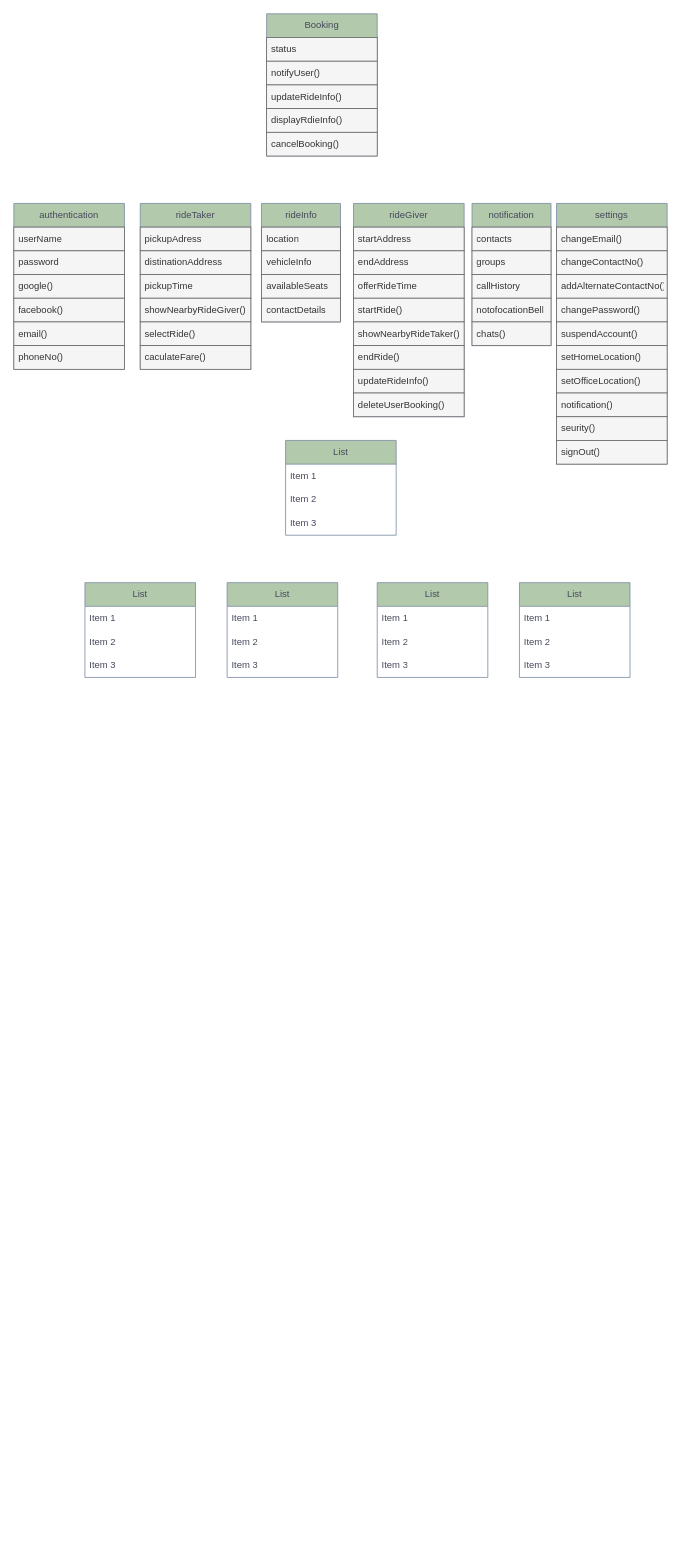
The draw.io diagram Class Diagram.drawio in fatahrahimi330/21Number_game, before the edit. Source tidied: cells renumbered, new cells numbered last; positions are measured from the earlier drawing's top-left corner, leaving out a move shared by most shapes. Both pictures are drawn from the tidied source at 79%, with x=0, y=0 at pixel (13, 13).
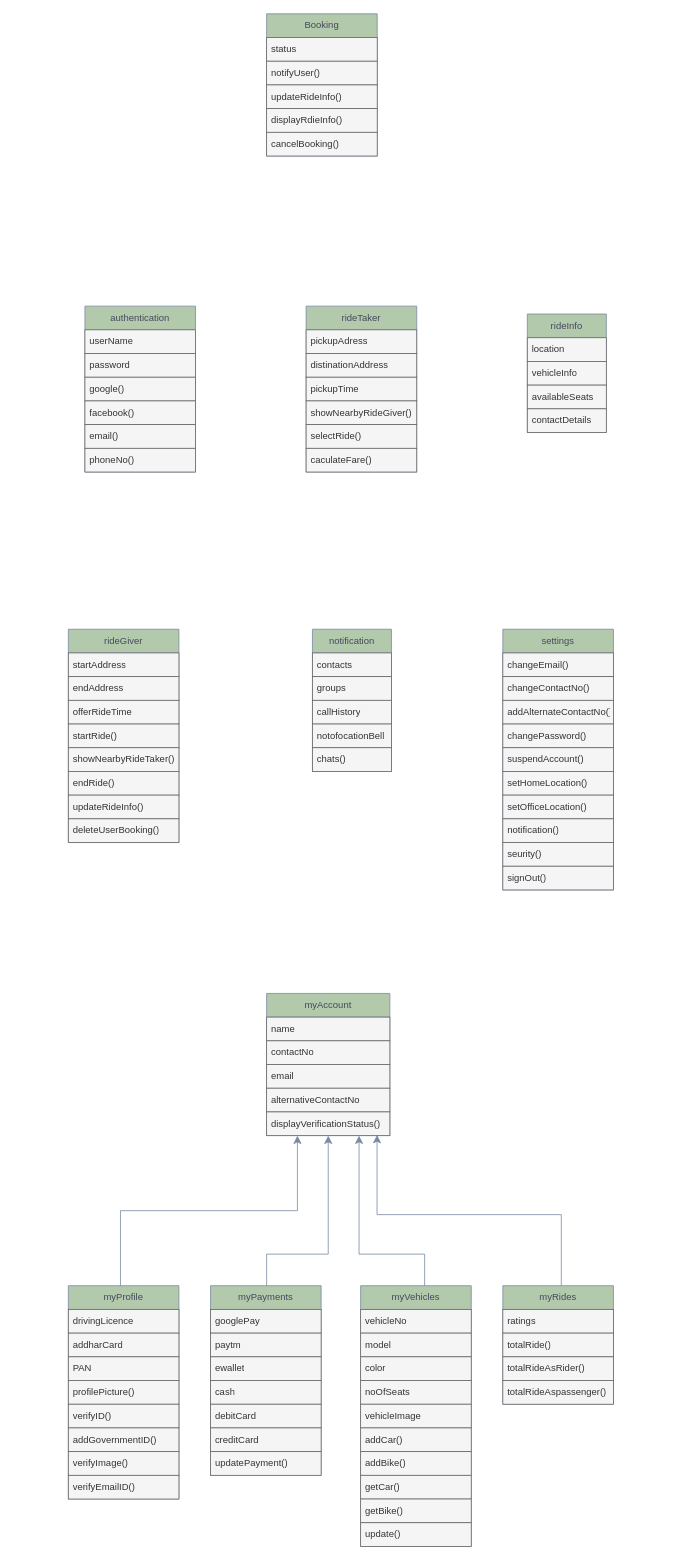
The same diagram, later.

Change to the diagram source:
```diff
@@
     <mxCell id="2" value="rideTaker" style="swimlane;fontStyle=0;horizontal=1;startSize=30;whiteSpace=wrap;html=1;labelBackgroundColor=none;fillColor=#B2C9AB;strokeColor=#788AA3;fontColor=#46495D;" parent="1" vertex="1">
-      <mxGeometry x="160" y="240" width="140" height="210" as="geometry" />
+      <mxGeometry x="370" y="370" width="140" height="210" as="geometry" />
     </mxCell>
@@
     <mxCell id="9" value="authentication" style="swimlane;fontStyle=0;horizontal=1;startSize=30;whiteSpace=wrap;html=1;labelBackgroundColor=none;fillColor=#B2C9AB;strokeColor=#788AA3;fontColor=#46495D;" parent="1" vertex="1">
-      <mxGeometry y="240" width="140" height="210" as="geometry" />
+      <mxGeometry x="90" y="370" width="140" height="210" as="geometry" />
     </mxCell>
@@
     <mxCell id="16" value="rideInfo" style="swimlane;fontStyle=0;horizontal=1;startSize=30;whiteSpace=wrap;html=1;labelBackgroundColor=none;fillColor=#B2C9AB;strokeColor=#788AA3;fontColor=#46495D;" parent="1" vertex="1">
-      <mxGeometry x="313.5" y="240" width="100" height="150" as="geometry" />
+      <mxGeometry x="650" y="380" width="100" height="150" as="geometry" />
     </mxCell>
@@
     <mxCell id="21" value="rideGiver" style="swimlane;fontStyle=0;horizontal=1;startSize=30;whiteSpace=wrap;html=1;labelBackgroundColor=none;fillColor=#B2C9AB;strokeColor=#788AA3;fontColor=#46495D;" parent="1" vertex="1">
-      <mxGeometry x="430" y="240" width="140" height="270" as="geometry" />
+      <mxGeometry x="69" y="779" width="140" height="270" as="geometry" />
     </mxCell>
@@
     <mxCell id="30" value="notification" style="swimlane;fontStyle=0;horizontal=1;startSize=30;whiteSpace=wrap;html=1;labelBackgroundColor=none;fillColor=#B2C9AB;strokeColor=#788AA3;fontColor=#46495D;" parent="1" vertex="1">
-      <mxGeometry x="580" y="240" width="100" height="180" as="geometry" />
+      <mxGeometry x="378" y="779" width="100" height="180" as="geometry" />
     </mxCell>
@@
     <mxCell id="36" value="settings" style="swimlane;fontStyle=0;horizontal=1;startSize=30;whiteSpace=wrap;html=1;labelBackgroundColor=none;fillColor=#B2C9AB;strokeColor=#788AA3;fontColor=#46495D;" parent="1" vertex="1">
-      <mxGeometry x="687" y="240" width="140" height="330" as="geometry" />
+      <mxGeometry x="619" y="779" width="140" height="330" as="geometry" />
     </mxCell>
@@
-    <mxCell id="47" value="List" style="swimlane;fontStyle=0;horizontal=1;startSize=30;whiteSpace=wrap;html=1;labelBackgroundColor=none;fillColor=#B2C9AB;strokeColor=#788AA3;fontColor=#46495D;" parent="1" vertex="1">
-      <mxGeometry x="344" y="540" width="140" height="120" as="geometry" />
+    <mxCell id="47" value="myAccount" style="swimlane;fontStyle=0;horizontal=1;startSize=30;whiteSpace=wrap;html=1;labelBackgroundColor=none;fillColor=#B2C9AB;strokeColor=#788AA3;fontColor=#46495D;" parent="1" vertex="1">
+      <mxGeometry x="320" y="1240" width="156" height="180" as="geometry" />
     </mxCell>
-    <mxCell id="48" value="Item 1" style="text;strokeColor=none;fillColor=none;align=left;verticalAlign=middle;spacingLeft=4;spacingRight=4;overflow=hidden;whiteSpace=wrap;html=1;labelBackgroundColor=none;fontColor=#46495D;" parent="47" vertex="1">
-      <mxGeometry y="30" width="140" height="30" as="geometry" />
+    <mxCell id="48" value="name" style="text;strokeColor=#666666;fillColor=#f5f5f5;align=left;verticalAlign=middle;spacingLeft=4;spacingRight=4;overflow=hidden;whiteSpace=wrap;html=1;labelBackgroundColor=none;fontColor=#333333;" parent="47" vertex="1">
+      <mxGeometry y="30" width="156" height="30" as="geometry" />
     </mxCell>
-    <mxCell id="49" value="Item 2" style="text;strokeColor=none;fillColor=none;align=left;verticalAlign=middle;spacingLeft=4;spacingRight=4;overflow=hidden;whiteSpace=wrap;html=1;labelBackgroundColor=none;fontColor=#46495D;" parent="47" vertex="1">
-      <mxGeometry y="60" width="140" height="30" as="geometry" />
+    <mxCell id="49" value="contactNo" style="text;strokeColor=#666666;fillColor=#f5f5f5;align=left;verticalAlign=middle;spacingLeft=4;spacingRight=4;overflow=hidden;whiteSpace=wrap;html=1;labelBackgroundColor=none;fontColor=#333333;" parent="47" vertex="1">
+      <mxGeometry y="60" width="156" height="30" as="geometry" />
     </mxCell>
-    <mxCell id="50" value="Item 3" style="text;strokeColor=none;fillColor=none;align=left;verticalAlign=middle;spacingLeft=4;spacingRight=4;overflow=hidden;whiteSpace=wrap;html=1;labelBackgroundColor=none;fontColor=#46495D;" parent="47" vertex="1">
-      <mxGeometry y="90" width="140" height="30" as="geometry" />
+    <mxCell id="50" value="email" style="text;strokeColor=#666666;fillColor=#f5f5f5;align=left;verticalAlign=middle;spacingLeft=4;spacingRight=4;overflow=hidden;whiteSpace=wrap;html=1;labelBackgroundColor=none;fontColor=#333333;" parent="47" vertex="1">
+      <mxGeometry y="90" width="156" height="30" as="geometry" />
     </mxCell>
+    <mxCell id="73" value="alternativeContactNo" style="text;strokeColor=#666666;fillColor=#f5f5f5;align=left;verticalAlign=middle;spacingLeft=4;spacingRight=4;overflow=hidden;whiteSpace=wrap;html=1;labelBackgroundColor=none;fontColor=#333333;" parent="47" vertex="1">
+      <mxGeometry y="120" width="156" height="30" as="geometry" />
+    </mxCell>
+    <mxCell id="74" value="displayVerificationStatus()" style="text;strokeColor=#666666;fillColor=#f5f5f5;align=left;verticalAlign=middle;spacingLeft=4;spacingRight=4;overflow=hidden;points=[[0,0.5],[1,0.5]];portConstraint=eastwest;whiteSpace=wrap;html=1;labelBackgroundColor=none;fontColor=#333333;" parent="47" vertex="1">
+      <mxGeometry y="150" width="156" height="30" as="geometry" />
+    </mxCell>
-    <mxCell id="51" value="List" style="swimlane;fontStyle=0;horizontal=1;startSize=30;whiteSpace=wrap;html=1;labelBackgroundColor=none;fillColor=#B2C9AB;strokeColor=#788AA3;fontColor=#46495D;" parent="1" vertex="1">
-      <mxGeometry x="270" y="720" width="140" height="120" as="geometry" />
+    <mxCell id="51" value="myPayments" style="swimlane;fontStyle=0;horizontal=1;startSize=30;whiteSpace=wrap;html=1;labelBackgroundColor=none;fillColor=#B2C9AB;strokeColor=#788AA3;fontColor=#46495D;" parent="1" vertex="1">
+      <mxGeometry x="249" y="1610" width="140" height="240" as="geometry" />
     </mxCell>
-    <mxCell id="52" value="Item 1" style="text;strokeColor=none;fillColor=none;align=left;verticalAlign=middle;spacingLeft=4;spacingRight=4;overflow=hidden;whiteSpace=wrap;html=1;labelBackgroundColor=none;fontColor=#46495D;" parent="51" vertex="1">
+    <mxCell id="52" value="googlePay" style="text;strokeColor=#666666;fillColor=#f5f5f5;align=left;verticalAlign=middle;spacingLeft=4;spacingRight=4;overflow=hidden;whiteSpace=wrap;html=1;labelBackgroundColor=none;fontColor=#333333;" parent="51" vertex="1">
       <mxGeometry y="30" width="140" height="30" as="geometry" />
     </mxCell>
-    <mxCell id="53" value="Item 2" style="text;strokeColor=none;fillColor=none;align=left;verticalAlign=middle;spacingLeft=4;spacingRight=4;overflow=hidden;whiteSpace=wrap;html=1;labelBackgroundColor=none;fontColor=#46495D;" parent="51" vertex="1">
+    <mxCell id="53" value="paytm" style="text;strokeColor=#666666;fillColor=#f5f5f5;align=left;verticalAlign=middle;spacingLeft=4;spacingRight=4;overflow=hidden;whiteSpace=wrap;html=1;labelBackgroundColor=none;fontColor=#333333;" parent="51" vertex="1">
       <mxGeometry y="60" width="140" height="30" as="geometry" />
     </mxCell>
-    <mxCell id="54" value="Item 3" style="text;strokeColor=none;fillColor=none;align=left;verticalAlign=middle;spacingLeft=4;spacingRight=4;overflow=hidden;whiteSpace=wrap;html=1;labelBackgroundColor=none;fontColor=#46495D;" parent="51" vertex="1">
+    <mxCell id="54" value="ewallet" style="text;strokeColor=#666666;fillColor=#f5f5f5;align=left;verticalAlign=middle;spacingLeft=4;spacingRight=4;overflow=hidden;whiteSpace=wrap;html=1;labelBackgroundColor=none;fontColor=#333333;" parent="51" vertex="1">
       <mxGeometry y="90" width="140" height="30" as="geometry" />
     </mxCell>
+    <mxCell id="75" value="cash" style="text;strokeColor=#666666;fillColor=#f5f5f5;align=left;verticalAlign=middle;spacingLeft=4;spacingRight=4;overflow=hidden;whiteSpace=wrap;html=1;labelBackgroundColor=none;fontColor=#333333;" parent="51" vertex="1">
+      <mxGeometry y="120" width="140" height="30" as="geometry" />
+    </mxCell>
+    <mxCell id="76" value="debitCard" style="text;strokeColor=#666666;fillColor=#f5f5f5;align=left;verticalAlign=middle;spacingLeft=4;spacingRight=4;overflow=hidden;whiteSpace=wrap;html=1;labelBackgroundColor=none;fontColor=#333333;" parent="51" vertex="1">
+      <mxGeometry y="150" width="140" height="30" as="geometry" />
+    </mxCell>
+    <mxCell id="77" value="creditCard" style="text;strokeColor=#666666;fillColor=#f5f5f5;align=left;verticalAlign=middle;spacingLeft=4;spacingRight=4;overflow=hidden;whiteSpace=wrap;html=1;labelBackgroundColor=none;fontColor=#333333;" parent="51" vertex="1">
+      <mxGeometry y="180" width="140" height="30" as="geometry" />
+    </mxCell>
+    <mxCell id="78" value="updatePayment()" style="text;strokeColor=#666666;fillColor=#f5f5f5;align=left;verticalAlign=middle;spacingLeft=4;spacingRight=4;overflow=hidden;whiteSpace=wrap;html=1;labelBackgroundColor=none;fontColor=#333333;" parent="51" vertex="1">
+      <mxGeometry y="210" width="140" height="30" as="geometry" />
+    </mxCell>
-    <mxCell id="55" value="List" style="swimlane;fontStyle=0;horizontal=1;startSize=30;whiteSpace=wrap;html=1;labelBackgroundColor=none;fillColor=#B2C9AB;strokeColor=#788AA3;fontColor=#46495D;" parent="1" vertex="1">
-      <mxGeometry x="460" y="720" width="140" height="120" as="geometry" />
+    <mxCell id="55" value="myVehicles" style="swimlane;fontStyle=0;horizontal=1;startSize=30;whiteSpace=wrap;html=1;labelBackgroundColor=none;fillColor=#B2C9AB;strokeColor=#788AA3;fontColor=#46495D;" parent="1" vertex="1">
+      <mxGeometry x="439" y="1610" width="140" height="330" as="geometry" />
     </mxCell>
-    <mxCell id="56" value="Item 1" style="text;strokeColor=none;fillColor=none;align=left;verticalAlign=middle;spacingLeft=4;spacingRight=4;overflow=hidden;whiteSpace=wrap;html=1;labelBackgroundColor=none;fontColor=#46495D;" parent="55" vertex="1">
+    <mxCell id="56" value="vehicleNo" style="text;strokeColor=#666666;fillColor=#f5f5f5;align=left;verticalAlign=middle;spacingLeft=4;spacingRight=4;overflow=hidden;whiteSpace=wrap;html=1;labelBackgroundColor=none;fontColor=#333333;" parent="55" vertex="1">
       <mxGeometry y="30" width="140" height="30" as="geometry" />
     </mxCell>
-    <mxCell id="57" value="Item 2" style="text;strokeColor=none;fillColor=none;align=left;verticalAlign=middle;spacingLeft=4;spacingRight=4;overflow=hidden;whiteSpace=wrap;html=1;labelBackgroundColor=none;fontColor=#46495D;" parent="55" vertex="1">
+    <mxCell id="57" value="model" style="text;strokeColor=#666666;fillColor=#f5f5f5;align=left;verticalAlign=middle;spacingLeft=4;spacingRight=4;overflow=hidden;whiteSpace=wrap;html=1;labelBackgroundColor=none;fontColor=#333333;" parent="55" vertex="1">
       <mxGeometry y="60" width="140" height="30" as="geometry" />
     </mxCell>
-    <mxCell id="58" value="Item 3" style="text;strokeColor=none;fillColor=none;align=left;verticalAlign=middle;spacingLeft=4;spacingRight=4;overflow=hidden;whiteSpace=wrap;html=1;labelBackgroundColor=none;fontColor=#46495D;" parent="55" vertex="1">
+    <mxCell id="58" value="color" style="text;strokeColor=#666666;fillColor=#f5f5f5;align=left;verticalAlign=middle;spacingLeft=4;spacingRight=4;overflow=hidden;whiteSpace=wrap;html=1;labelBackgroundColor=none;fontColor=#333333;" parent="55" vertex="1">
       <mxGeometry y="90" width="140" height="30" as="geometry" />
     </mxCell>
+    <mxCell id="79" value="noOfSeats" style="text;strokeColor=#666666;fillColor=#f5f5f5;align=left;verticalAlign=middle;spacingLeft=4;spacingRight=4;overflow=hidden;whiteSpace=wrap;html=1;labelBackgroundColor=none;fontColor=#333333;" parent="55" vertex="1">
+      <mxGeometry y="120" width="140" height="30" as="geometry" />
+    </mxCell>
+    <mxCell id="80" value="vehicleImage" style="text;strokeColor=#666666;fillColor=#f5f5f5;align=left;verticalAlign=middle;spacingLeft=4;spacingRight=4;overflow=hidden;whiteSpace=wrap;html=1;labelBackgroundColor=none;fontColor=#333333;" parent="55" vertex="1">
+      <mxGeometry y="150" width="140" height="30" as="geometry" />
+    </mxCell>
+    <mxCell id="81" value="addCar()" style="text;strokeColor=#666666;fillColor=#f5f5f5;align=left;verticalAlign=middle;spacingLeft=4;spacingRight=4;overflow=hidden;whiteSpace=wrap;html=1;labelBackgroundColor=none;fontColor=#333333;" parent="55" vertex="1">
+      <mxGeometry y="180" width="140" height="30" as="geometry" />
+    </mxCell>
+    <mxCell id="82" value="addBike()" style="text;strokeColor=#666666;fillColor=#f5f5f5;align=left;verticalAlign=middle;spacingLeft=4;spacingRight=4;overflow=hidden;whiteSpace=wrap;html=1;labelBackgroundColor=none;fontColor=#333333;" parent="55" vertex="1">
+      <mxGeometry y="210" width="140" height="30" as="geometry" />
+    </mxCell>
+    <mxCell id="83" value="getCar()" style="text;strokeColor=#666666;fillColor=#f5f5f5;align=left;verticalAlign=middle;spacingLeft=4;spacingRight=4;overflow=hidden;whiteSpace=wrap;html=1;labelBackgroundColor=none;fontColor=#333333;" parent="55" vertex="1">
+      <mxGeometry y="240" width="140" height="30" as="geometry" />
+    </mxCell>
+    <mxCell id="84" value="getBike()" style="text;strokeColor=#666666;fillColor=#f5f5f5;align=left;verticalAlign=middle;spacingLeft=4;spacingRight=4;overflow=hidden;whiteSpace=wrap;html=1;labelBackgroundColor=none;fontColor=#333333;" parent="55" vertex="1">
+      <mxGeometry y="270" width="140" height="30" as="geometry" />
+    </mxCell>
+    <mxCell id="85" value="update()" style="text;strokeColor=#666666;fillColor=#f5f5f5;align=left;verticalAlign=middle;spacingLeft=4;spacingRight=4;overflow=hidden;whiteSpace=wrap;html=1;labelBackgroundColor=none;fontColor=#333333;" parent="55" vertex="1">
+      <mxGeometry y="300" width="140" height="30" as="geometry" />
+    </mxCell>
-    <mxCell id="59" value="List" style="swimlane;fontStyle=0;horizontal=1;startSize=30;whiteSpace=wrap;html=1;labelBackgroundColor=none;fillColor=#B2C9AB;strokeColor=#788AA3;fontColor=#46495D;" parent="1" vertex="1">
-      <mxGeometry x="640" y="720" width="140" height="120" as="geometry" />
+    <mxCell id="59" value="myRides" style="swimlane;fontStyle=0;horizontal=1;startSize=30;whiteSpace=wrap;html=1;labelBackgroundColor=none;fillColor=#B2C9AB;strokeColor=#788AA3;fontColor=#46495D;" parent="1" vertex="1">
+      <mxGeometry x="619" y="1610" width="140" height="150" as="geometry" />
     </mxCell>
-    <mxCell id="60" value="Item 1" style="text;strokeColor=none;fillColor=none;align=left;verticalAlign=middle;spacingLeft=4;spacingRight=4;overflow=hidden;whiteSpace=wrap;html=1;labelBackgroundColor=none;fontColor=#46495D;" parent="59" vertex="1">
+    <mxCell id="60" value="ratings" style="text;strokeColor=#666666;fillColor=#f5f5f5;align=left;verticalAlign=middle;spacingLeft=4;spacingRight=4;overflow=hidden;whiteSpace=wrap;html=1;labelBackgroundColor=none;fontColor=#333333;" parent="59" vertex="1">
       <mxGeometry y="30" width="140" height="30" as="geometry" />
     </mxCell>
-    <mxCell id="61" value="Item 2" style="text;strokeColor=none;fillColor=none;align=left;verticalAlign=middle;spacingLeft=4;spacingRight=4;overflow=hidden;whiteSpace=wrap;html=1;labelBackgroundColor=none;fontColor=#46495D;" parent="59" vertex="1">
+    <mxCell id="61" value="totalRide()" style="text;strokeColor=#666666;fillColor=#f5f5f5;align=left;verticalAlign=middle;spacingLeft=4;spacingRight=4;overflow=hidden;whiteSpace=wrap;html=1;labelBackgroundColor=none;fontColor=#333333;" parent="59" vertex="1">
       <mxGeometry y="60" width="140" height="30" as="geometry" />
     </mxCell>
-    <mxCell id="62" value="Item 3" style="text;strokeColor=none;fillColor=none;align=left;verticalAlign=middle;spacingLeft=4;spacingRight=4;overflow=hidden;whiteSpace=wrap;html=1;labelBackgroundColor=none;fontColor=#46495D;" parent="59" vertex="1">
+    <mxCell id="62" value="totalRideAsRider()" style="text;strokeColor=#666666;fillColor=#f5f5f5;align=left;verticalAlign=middle;spacingLeft=4;spacingRight=4;overflow=hidden;whiteSpace=wrap;html=1;labelBackgroundColor=none;fontColor=#333333;" parent="59" vertex="1">
       <mxGeometry y="90" width="140" height="30" as="geometry" />
     </mxCell>
+    <mxCell id="86" value="totalRideAspassenger()" style="text;strokeColor=#666666;fillColor=#f5f5f5;align=left;verticalAlign=middle;spacingLeft=4;spacingRight=4;overflow=hidden;whiteSpace=wrap;html=1;labelBackgroundColor=none;fontColor=#333333;" parent="59" vertex="1">
+      <mxGeometry y="120" width="140" height="30" as="geometry" />
+    </mxCell>
-    <mxCell id="63" value="List" style="swimlane;fontStyle=0;horizontal=1;startSize=30;whiteSpace=wrap;html=1;labelBackgroundColor=none;fillColor=#B2C9AB;strokeColor=#788AA3;fontColor=#46495D;" parent="1" vertex="1">
-      <mxGeometry x="90" y="720" width="140" height="120" as="geometry" />
+    <mxCell id="63" value="myProfile" style="swimlane;fontStyle=0;horizontal=1;startSize=30;whiteSpace=wrap;html=1;labelBackgroundColor=none;fillColor=#B2C9AB;strokeColor=#788AA3;fontColor=#46495D;" parent="1" vertex="1">
+      <mxGeometry x="69" y="1610" width="140" height="270" as="geometry" />
     </mxCell>
-    <mxCell id="64" value="Item 1" style="text;strokeColor=none;fillColor=none;align=left;verticalAlign=middle;spacingLeft=4;spacingRight=4;overflow=hidden;whiteSpace=wrap;html=1;labelBackgroundColor=none;fontColor=#46495D;" parent="63" vertex="1">
+    <mxCell id="64" value="drivingLicence" style="text;strokeColor=#666666;fillColor=#f5f5f5;align=left;verticalAlign=middle;spacingLeft=4;spacingRight=4;overflow=hidden;whiteSpace=wrap;html=1;labelBackgroundColor=none;fontColor=#333333;" parent="63" vertex="1">
       <mxGeometry y="30" width="140" height="30" as="geometry" />
     </mxCell>
-    <mxCell id="65" value="Item 2" style="text;strokeColor=none;fillColor=none;align=left;verticalAlign=middle;spacingLeft=4;spacingRight=4;overflow=hidden;whiteSpace=wrap;html=1;labelBackgroundColor=none;fontColor=#46495D;" parent="63" vertex="1">
+    <mxCell id="65" value="addharCard" style="text;strokeColor=#666666;fillColor=#f5f5f5;align=left;verticalAlign=middle;spacingLeft=4;spacingRight=4;overflow=hidden;whiteSpace=wrap;html=1;labelBackgroundColor=none;fontColor=#333333;" parent="63" vertex="1">
       <mxGeometry y="60" width="140" height="30" as="geometry" />
     </mxCell>
-    <mxCell id="66" value="Item 3" style="text;strokeColor=none;fillColor=none;align=left;verticalAlign=middle;spacingLeft=4;spacingRight=4;overflow=hidden;whiteSpace=wrap;html=1;labelBackgroundColor=none;fontColor=#46495D;" parent="63" vertex="1">
+    <mxCell id="66" value="PAN" style="text;strokeColor=#666666;fillColor=#f5f5f5;align=left;verticalAlign=middle;spacingLeft=4;spacingRight=4;overflow=hidden;whiteSpace=wrap;html=1;labelBackgroundColor=none;fontColor=#333333;" parent="63" vertex="1">
       <mxGeometry y="90" width="140" height="30" as="geometry" />
     </mxCell>
+    <mxCell id="87" value="profilePicture()" style="text;strokeColor=#666666;fillColor=#f5f5f5;align=left;verticalAlign=middle;spacingLeft=4;spacingRight=4;overflow=hidden;whiteSpace=wrap;html=1;labelBackgroundColor=none;fontColor=#333333;" parent="63" vertex="1">
+      <mxGeometry y="120" width="140" height="30" as="geometry" />
+    </mxCell>
+    <mxCell id="88" value="verifyID()" style="text;strokeColor=#666666;fillColor=#f5f5f5;align=left;verticalAlign=middle;spacingLeft=4;spacingRight=4;overflow=hidden;whiteSpace=wrap;html=1;labelBackgroundColor=none;fontColor=#333333;" parent="63" vertex="1">
+      <mxGeometry y="150" width="140" height="30" as="geometry" />
+    </mxCell>
+    <mxCell id="89" value="addGovernmentID()" style="text;strokeColor=#666666;fillColor=#f5f5f5;align=left;verticalAlign=middle;spacingLeft=4;spacingRight=4;overflow=hidden;whiteSpace=wrap;html=1;labelBackgroundColor=none;fontColor=#333333;" parent="63" vertex="1">
+      <mxGeometry y="180" width="140" height="30" as="geometry" />
+    </mxCell>
+    <mxCell id="90" value="verifyImage()" style="text;strokeColor=#666666;fillColor=#f5f5f5;align=left;verticalAlign=middle;spacingLeft=4;spacingRight=4;overflow=hidden;whiteSpace=wrap;html=1;labelBackgroundColor=none;fontColor=#333333;" parent="63" vertex="1">
+      <mxGeometry y="210" width="140" height="30" as="geometry" />
+    </mxCell>
+    <mxCell id="91" value="verifyEmailID()" style="text;strokeColor=#666666;fillColor=#f5f5f5;align=left;verticalAlign=middle;spacingLeft=4;spacingRight=4;overflow=hidden;whiteSpace=wrap;html=1;labelBackgroundColor=none;fontColor=#333333;" parent="63" vertex="1">
+      <mxGeometry y="240" width="140" height="30" as="geometry" />
+    </mxCell>
@@
+    <mxCell id="92" style="edgeStyle=elbowEdgeStyle;elbow=vertical;endArrow=classic;html=1;curved=0;rounded=0;endSize=8;startSize=8;strokeColor=#788AA3;fontColor=#46495D;fillColor=#B2C9AB;entryX=0.25;entryY=1;entryDx=0;entryDy=0;" parent="1" edge="1" target="47">
+      <mxGeometry relative="1" as="geometry">
+        <mxPoint x="135" y="1610" as="sourcePoint" />
+      </mxGeometry>
+    </mxCell>
+    <mxCell id="93" style="edgeStyle=elbowEdgeStyle;elbow=vertical;endArrow=classic;html=1;curved=0;rounded=0;endSize=8;startSize=8;strokeColor=#788AA3;fontColor=#46495D;fillColor=#B2C9AB;entryX=0.5;entryY=1;entryDx=0;entryDy=0;" parent="1" edge="1">
+      <mxGeometry relative="1" as="geometry">
+        <mxPoint x="320" y="1610" as="sourcePoint" />
+        <mxPoint x="398" y="1420" as="targetPoint" />
+        <Array as="points">
+          <mxPoint x="358" y="1570" />
+        </Array>
+      </mxGeometry>
+    </mxCell>
+    <mxCell id="94" style="edgeStyle=elbowEdgeStyle;elbow=vertical;endArrow=classic;html=1;curved=0;rounded=0;endSize=8;startSize=8;strokeColor=#788AA3;fontColor=#46495D;fillColor=#B2C9AB;entryX=0.75;entryY=1;entryDx=0;entryDy=0;" parent="1" edge="1" target="47">
+      <mxGeometry relative="1" as="geometry">
+        <mxPoint x="520" y="1610" as="sourcePoint" />
+        <Array as="points">
+          <mxPoint x="558" y="1570" />
+        </Array>
+      </mxGeometry>
+    </mxCell>
+    <mxCell id="95" style="edgeStyle=elbowEdgeStyle;elbow=vertical;endArrow=classic;html=1;curved=0;rounded=0;endSize=8;startSize=8;strokeColor=#788AA3;fontColor=#46495D;fillColor=#B2C9AB;entryX=0.896;entryY=0.97;entryDx=0;entryDy=0;entryPerimeter=0;" parent="1" edge="1" target="74">
+      <mxGeometry relative="1" as="geometry">
+        <mxPoint x="693" y="1610" as="sourcePoint" />
+        <Array as="points">
+          <mxPoint x="570" y="1520" />
+        </Array>
+      </mxGeometry>
+    </mxCell>
```
